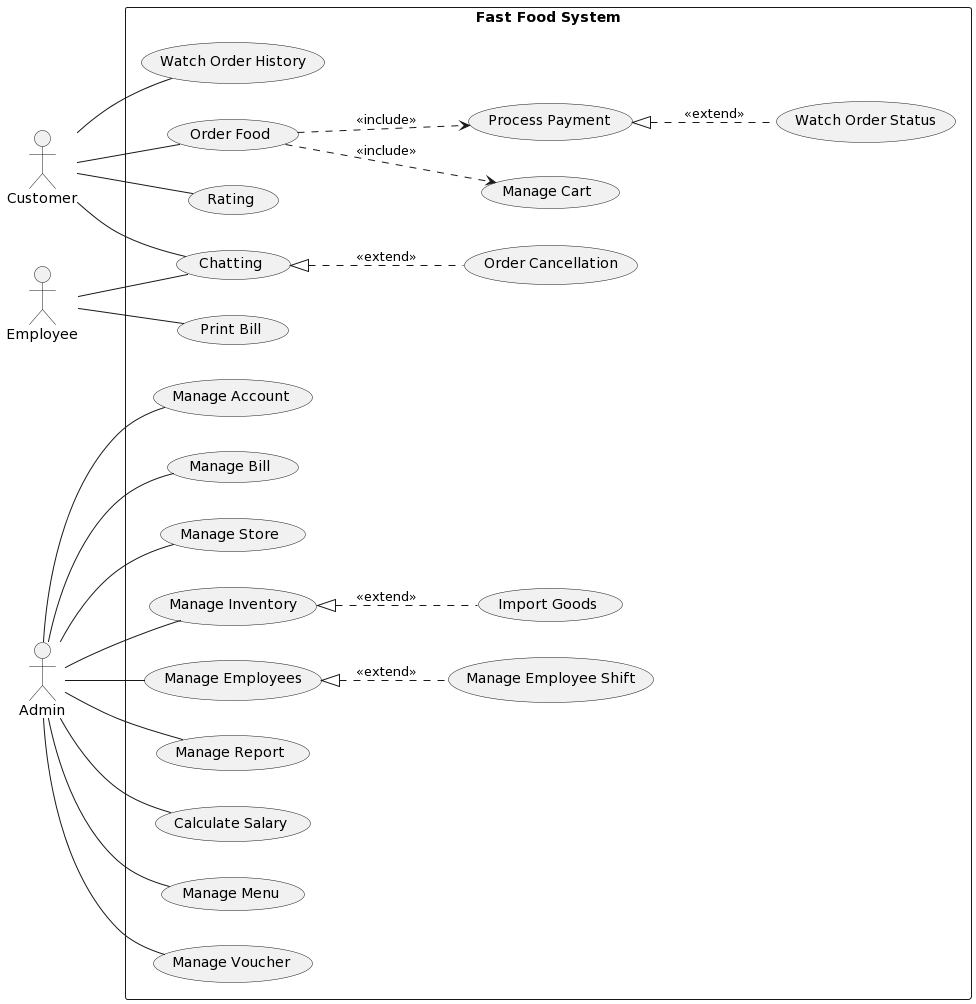
Earlier version of the PlantUML export Lab 1.2/Use-case Diagram/Use-case Diagram.png (VietQuoc29/SE357-Pratice-class).
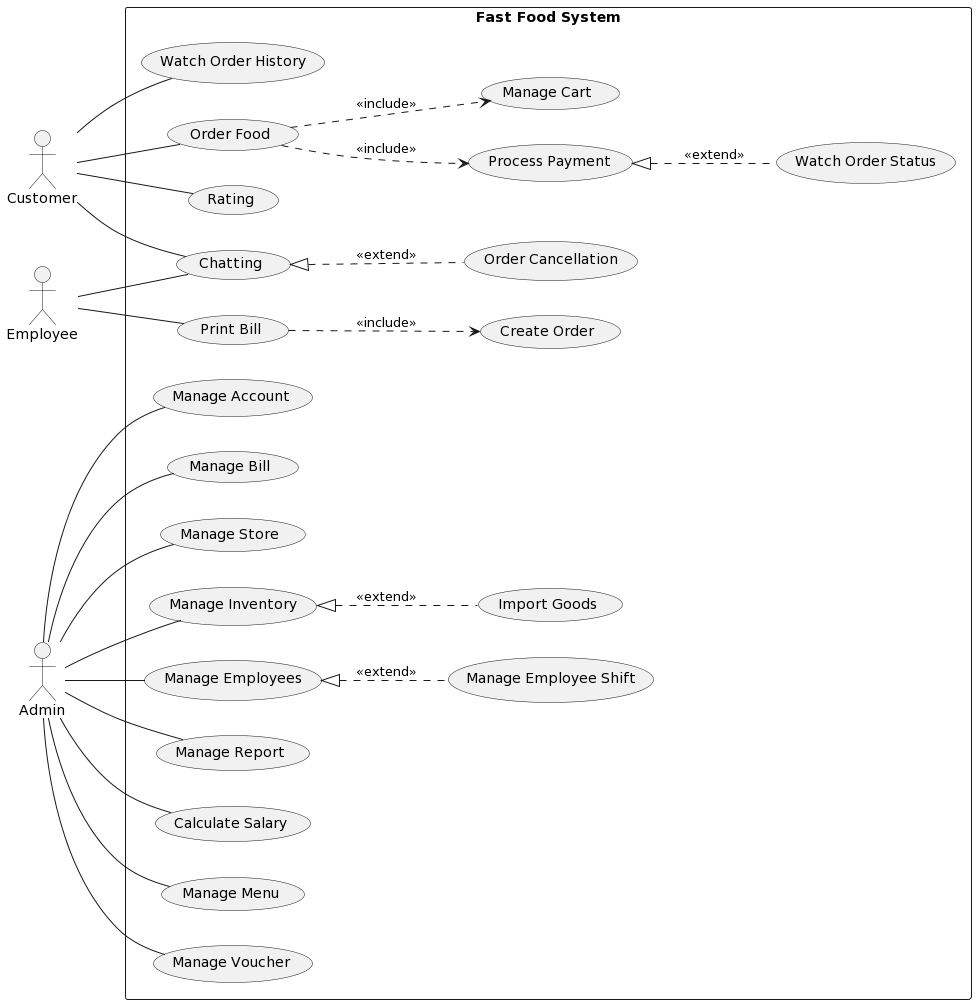
The same diagram one commit later.

Diff of the diagram source:
```diff
@@ -27,6 +27,7 @@
   usecase (Manage Bill) as UC18
   usecase (Manage Store) as UC19
   usecase (Order Cancellation) as UC20
+  usecase (Create Order) as UC21
 }
 
 A -- UC8
@@ -53,4 +54,5 @@
 UC9 <|.. UC13: <<extend>>
 UC8 <|.. UC12: <<extend>>
 UC5 <|.. UC20: <<extend>>
+UC7 ..> UC21: <<include>>
 @enduml
```
